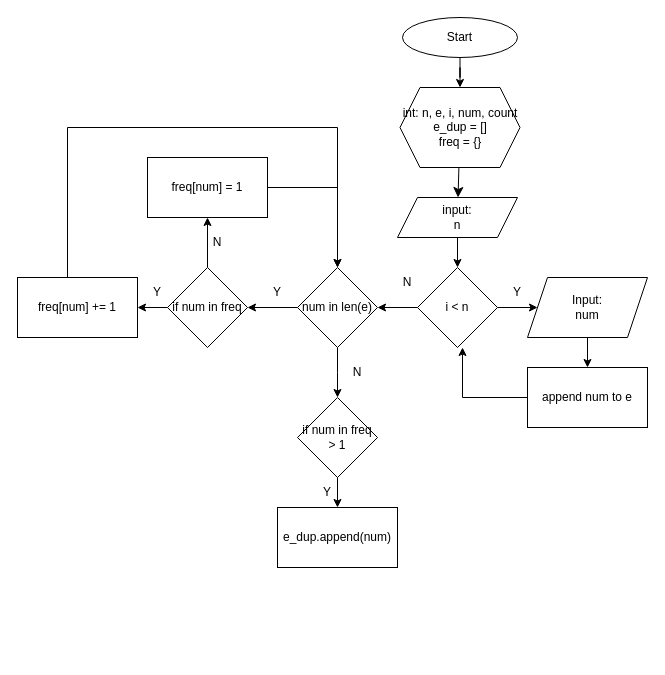
This is Alpro7-2(6).drawio from 1nnocentia/Flowchart, a draw.io file, before an edit. Source tidied: cells renumbered, new cells numbered last; positions are measured from the earlier drawing's top-left corner, leaving out a move shared by most shapes. Both pictures are drawn from the tidied source at 100%, with x=0, y=0 at pixel (17, 17).
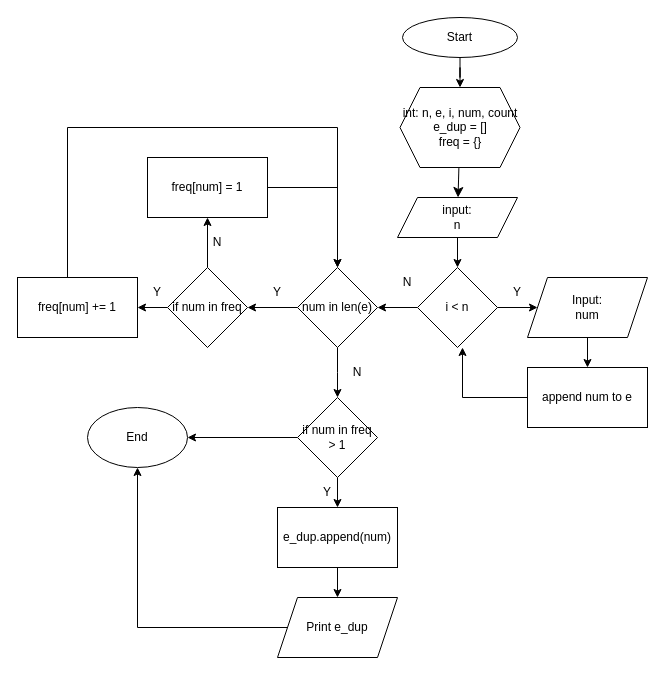
The same diagram, later.

The change refers to these unchanged cells:
```xml
<mxCell id="32" value="if num in freq &amp;gt; 1" style="rhombus;whiteSpace=wrap;html=1;" parent="1" vertex="1">
  <mxGeometry x="280" y="380" width="80" height="80" as="geometry" />
</mxCell>
<mxCell id="33" value="e_dup.append(num)" style="rounded=0;whiteSpace=wrap;html=1;" parent="1" vertex="1">
  <mxGeometry x="260" y="490" width="120" height="60" as="geometry" />
</mxCell>
```

What changed in the source:
```diff
@@
+    <mxCell id="35" style="edgeStyle=orthogonalEdgeStyle;rounded=0;jettySize=auto;html=1;" parent="1" edge="1" source="32" target="39">
+      <mxGeometry relative="1" as="geometry" />
+    </mxCell>
@@
+    <mxCell id="36" style="edgeStyle=orthogonalEdgeStyle;rounded=0;jettySize=auto;html=1;" parent="1" edge="1" source="33" target="38">
+      <mxGeometry relative="1" as="geometry" />
+    </mxCell>
@@
+    <mxCell id="37" style="edgeStyle=orthogonalEdgeStyle;rounded=0;jettySize=auto;html=1;entryX=0.5;entryY=1;entryDx=0;entryDy=0;" parent="1" edge="1" source="38" target="39">
+      <mxGeometry relative="1" as="geometry" />
+    </mxCell>
+    <mxCell id="38" value="Print e_dup" style="shape=parallelogram;perimeter=parallelogramPerimeter;whiteSpace=wrap;html=1;fixedSize=1;" parent="1" vertex="1">
+      <mxGeometry x="260" y="580" width="120" height="60" as="geometry" />
+    </mxCell>
+    <mxCell id="39" value="End" style="ellipse;whiteSpace=wrap;html=1;" parent="1" vertex="1">
+      <mxGeometry x="70" y="390" width="100" height="60" as="geometry" />
+    </mxCell>
```
